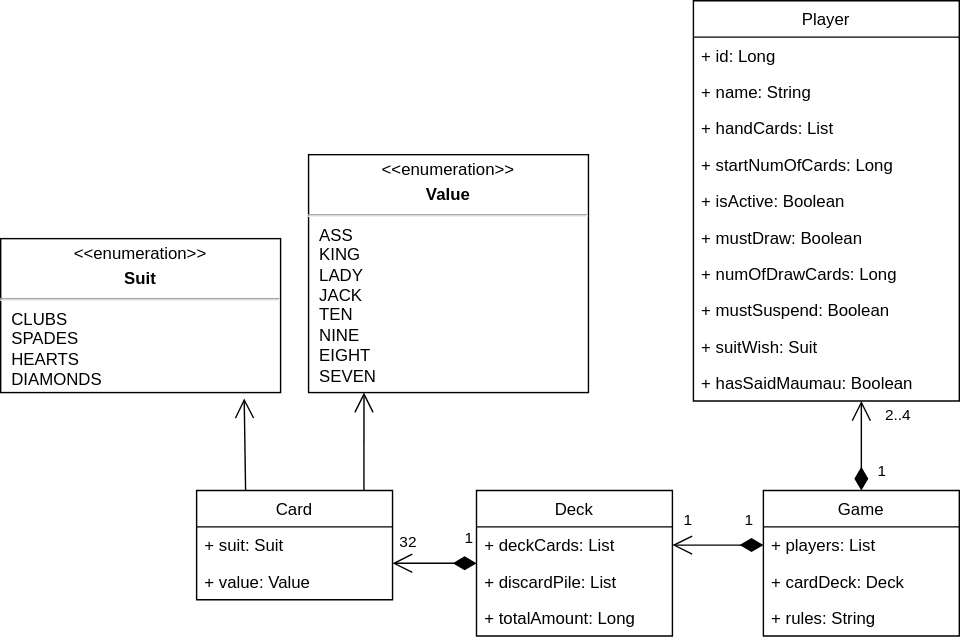
Earlier version of the draw.io export docs/mau-mau.svg (RiFrost/mau-mau). Source tidied: cells renumbered, new cells last; positions are measured from the earlier drawing's top-left corner, leaving out a move shared by most shapes.
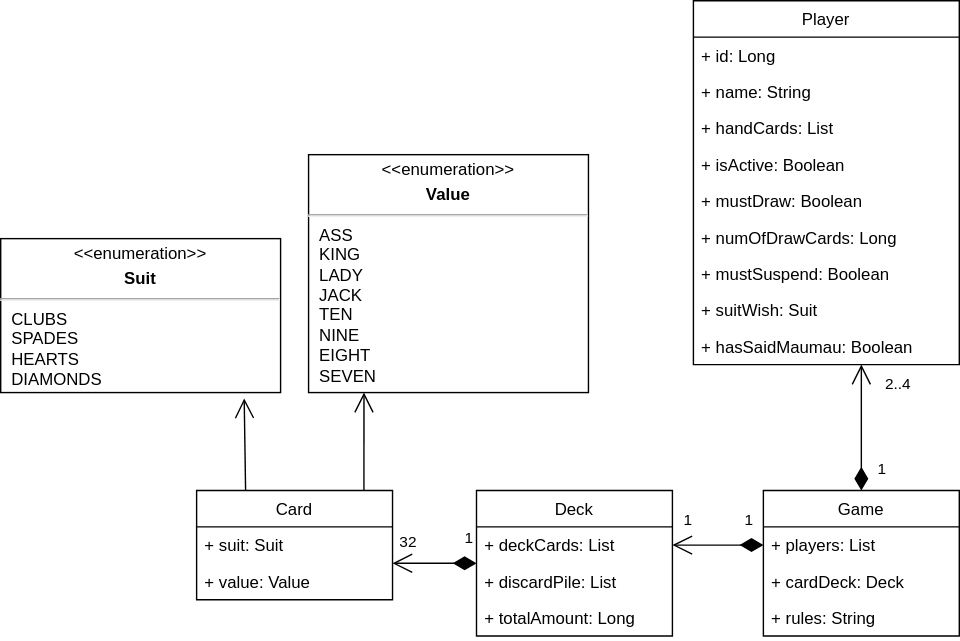
After the commit.

Commit message:
PS - deleted startNumOfCards in Player and datamodel

The edit, as a diff of the source:
```diff
@@ -12,7 +12,7 @@
       <mxGeometry y="52" width="140" height="26" as="geometry" />
     </mxCell>
     <mxCell id="5" value="Player" style="swimlane;fontStyle=0;horizontal=1;startSize=26;fillColor=none;" parent="1" vertex="1">
-      <mxGeometry x="495" width="190" height="286" as="geometry" />
+      <mxGeometry x="495" width="190" height="260" as="geometry" />
     </mxCell>
     <mxCell id="6" value="+ id: Long" style="text;strokeColor=none;fillColor=none;align=left;verticalAlign=top;spacingLeft=4;spacingRight=4;overflow=hidden;" parent="5" vertex="1">
       <mxGeometry y="26" width="190" height="26" as="geometry" />
@@ -23,26 +23,23 @@
     <mxCell id="8" value="+ handCards: List" style="text;strokeColor=none;fillColor=none;align=left;verticalAlign=top;spacingLeft=4;spacingRight=4;overflow=hidden;" parent="5" vertex="1">
       <mxGeometry y="78" width="190" height="26" as="geometry" />
     </mxCell>
-    <mxCell id="9" value="+ startNumOfCards: Long" style="text;strokeColor=none;fillColor=none;align=left;verticalAlign=top;spacingLeft=4;spacingRight=4;overflow=hidden;" parent="5" vertex="1">
-      <mxGeometry y="104" width="190" height="26" as="geometry" />
-    </mxCell>
     <mxCell id="10" value="+ isActive: Boolean" style="text;strokeColor=none;fillColor=none;align=left;verticalAlign=top;spacingLeft=4;spacingRight=4;overflow=hidden;" parent="5" vertex="1">
-      <mxGeometry y="130" width="190" height="26" as="geometry" />
+      <mxGeometry y="104" width="190" height="26" as="geometry" />
     </mxCell>
     <mxCell id="11" value="+ mustDraw: Boolean" style="text;strokeColor=none;fillColor=none;align=left;verticalAlign=top;spacingLeft=4;spacingRight=4;overflow=hidden;" parent="5" vertex="1">
-      <mxGeometry y="156" width="190" height="26" as="geometry" />
+      <mxGeometry y="130" width="190" height="26" as="geometry" />
     </mxCell>
     <mxCell id="12" value="+ numOfDrawCards: Long" style="text;strokeColor=none;fillColor=none;align=left;verticalAlign=top;spacingLeft=4;spacingRight=4;overflow=hidden;" parent="5" vertex="1">
-      <mxGeometry y="182" width="190" height="26" as="geometry" />
+      <mxGeometry y="156" width="190" height="26" as="geometry" />
     </mxCell>
     <mxCell id="13" value="+ mustSuspend: Boolean" style="text;strokeColor=none;fillColor=none;align=left;verticalAlign=top;spacingLeft=4;spacingRight=4;overflow=hidden;" parent="5" vertex="1">
-      <mxGeometry y="208" width="190" height="26" as="geometry" />
+      <mxGeometry y="182" width="190" height="26" as="geometry" />
     </mxCell>
     <mxCell id="14" value="+ suitWish: Suit" style="text;strokeColor=none;fillColor=none;align=left;verticalAlign=top;spacingLeft=4;spacingRight=4;overflow=hidden;" parent="5" vertex="1">
-      <mxGeometry y="234" width="190" height="26" as="geometry" />
+      <mxGeometry y="208" width="190" height="26" as="geometry" />
     </mxCell>
     <mxCell id="15" value="+ hasSaidMaumau: Boolean" style="text;strokeColor=none;fillColor=none;align=left;verticalAlign=top;spacingLeft=4;spacingRight=4;overflow=hidden;" parent="5" vertex="1">
-      <mxGeometry y="260" width="190" height="26" as="geometry" />
+      <mxGeometry y="234" width="190" height="26" as="geometry" />
     </mxCell>
     <mxCell id="16" value="Deck" style="swimlane;fontStyle=0;horizontal=1;startSize=26;fillColor=none;" parent="1" vertex="1">
       <mxGeometry x="340" y="350" width="140" height="104" as="geometry" />
```
